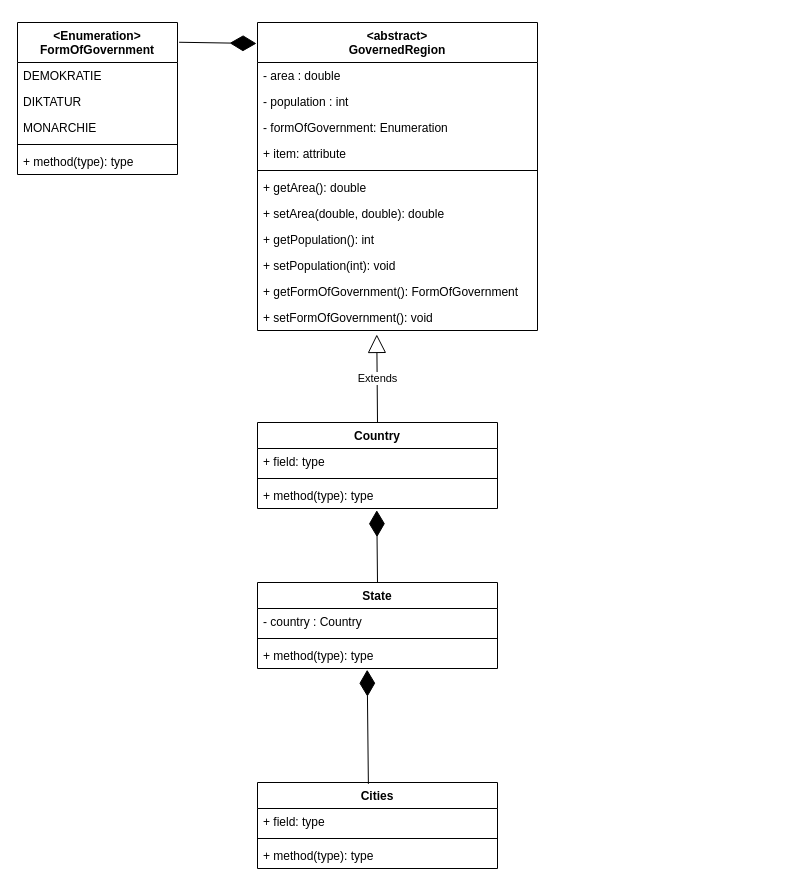
Before: GeographyMiniproject.drawio in Science4tw/GeographyMiniproject, a draw.io diagram. Source tidied: cells renumbered, new cells numbered last; positions are measured from the earlier drawing's top-left corner, leaving out a move shared by most shapes. Both pictures are drawn from the tidied source at 100%, with x=0, y=0 at pixel (17, 22).
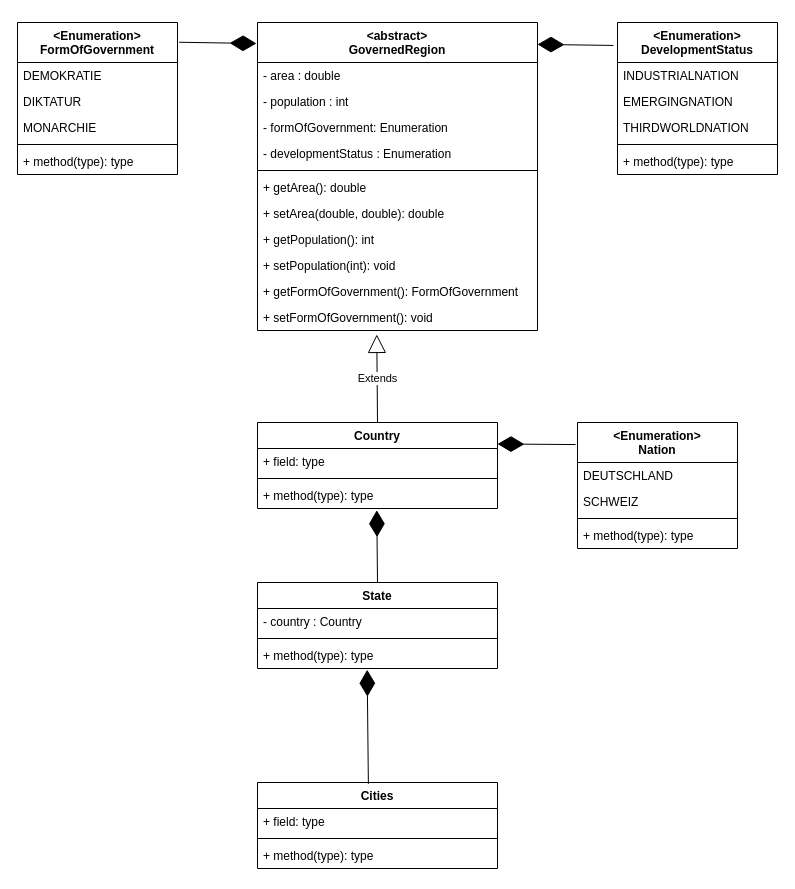
After the change.

Commit message (it also covers changes not shown here):
DevelopmentStatus & Nation as enum

The change refers to these unchanged cells:
```xml
<mxCell id="9" value="&lt;abstract&gt;&#10;GovernedRegion" style="swimlane;fontStyle=1;align=center;verticalAlign=top;horizontal=1;startSize=40;" parent="1" vertex="1">
  <mxGeometry x="240" width="280" height="308" as="geometry" />
</mxCell>
<mxCell id="23" value="Country" style="swimlane;fontStyle=1;align=center;verticalAlign=top;horizontal=1;startSize=26;" parent="1" vertex="1">
  <mxGeometry x="240" y="400" width="240" height="86" as="geometry" />
</mxCell>
```

The edit, as a diff of the source:
```diff
@@
-    <mxCell id="13" value="+ item: attribute" style="text;strokeColor=none;fillColor=none;align=left;verticalAlign=top;spacingLeft=4;spacingRight=4;overflow=hidden;" parent="9" vertex="1">
+    <mxCell id="13" value="- developmentStatus : Enumeration" style="text;strokeColor=none;fillColor=none;align=left;verticalAlign=top;spacingLeft=4;spacingRight=4;overflow=hidden;" parent="9" vertex="1">
       <mxGeometry y="118" width="280" height="26" as="geometry" />
     </mxCell>
@@
+    <mxCell id="36" value="&lt;Enumeration&gt;&#10;DevelopmentStatus&#10;" style="swimlane;fontStyle=1;align=center;verticalAlign=top;horizontal=1;startSize=40;" parent="1" vertex="1">
+      <mxGeometry x="600" width="160" height="152" as="geometry" />
+    </mxCell>
+    <mxCell id="37" value="INDUSTRIALNATION" style="text;strokeColor=none;fillColor=none;align=left;verticalAlign=top;spacingLeft=4;spacingRight=4;overflow=hidden;" parent="36" vertex="1">
+      <mxGeometry y="40" width="160" height="26" as="geometry" />
+    </mxCell>
+    <mxCell id="38" value="EMERGINGNATION" style="text;strokeColor=none;fillColor=none;align=left;verticalAlign=top;spacingLeft=4;spacingRight=4;overflow=hidden;" parent="36" vertex="1">
+      <mxGeometry y="66" width="160" height="26" as="geometry" />
+    </mxCell>
+    <mxCell id="39" value="THIRDWORLDNATION" style="text;strokeColor=none;fillColor=none;align=left;verticalAlign=top;spacingLeft=4;spacingRight=4;overflow=hidden;" parent="36" vertex="1">
+      <mxGeometry y="92" width="160" height="26" as="geometry" />
+    </mxCell>
+    <mxCell id="40" style="line;strokeWidth=1;fillColor=none;align=left;verticalAlign=middle;spacingTop=-1;spacingLeft=3;spacingRight=3;labelPosition=right;" parent="36" vertex="1">
+      <mxGeometry y="118" width="160" height="8" as="geometry" />
+    </mxCell>
+    <mxCell id="41" value="+ method(type): type" style="text;strokeColor=none;fillColor=none;align=left;verticalAlign=top;spacingLeft=4;spacingRight=4;overflow=hidden;" parent="36" vertex="1">
+      <mxGeometry y="126" width="160" height="26" as="geometry" />
+    </mxCell>
+    <mxCell id="42" style="endArrow=diamondThin;endFill=1;endSize=24;html=1;exitX=-0.025;exitY=0.151;exitDx=0;exitDy=0;exitPerimeter=0;entryX=1;entryY=0.071;entryDx=0;entryDy=0;entryPerimeter=0;" parent="1" edge="1" source="36" target="9">
+      <mxGeometry relative="1" as="geometry" />
+    </mxCell>
+    <mxCell id="43" value="&lt;Enumeration&gt;&#10;Nation&#10;" style="swimlane;fontStyle=1;align=center;verticalAlign=top;horizontal=1;startSize=40;" parent="1" vertex="1">
+      <mxGeometry x="560" y="400" width="160" height="126" as="geometry" />
+    </mxCell>
+    <mxCell id="44" value="DEUTSCHLAND" style="text;strokeColor=none;fillColor=none;align=left;verticalAlign=top;spacingLeft=4;spacingRight=4;overflow=hidden;" parent="43" vertex="1">
+      <mxGeometry y="40" width="160" height="26" as="geometry" />
+    </mxCell>
+    <mxCell id="45" value="SCHWEIZ" style="text;strokeColor=none;fillColor=none;align=left;verticalAlign=top;spacingLeft=4;spacingRight=4;overflow=hidden;" parent="43" vertex="1">
+      <mxGeometry y="66" width="160" height="26" as="geometry" />
+    </mxCell>
+    <mxCell id="46" style="line;strokeWidth=1;fillColor=none;align=left;verticalAlign=middle;spacingTop=-1;spacingLeft=3;spacingRight=3;labelPosition=right;" parent="43" vertex="1">
+      <mxGeometry y="92" width="160" height="8" as="geometry" />
+    </mxCell>
+    <mxCell id="47" value="+ method(type): type" style="text;strokeColor=none;fillColor=none;align=left;verticalAlign=top;spacingLeft=4;spacingRight=4;overflow=hidden;" parent="43" vertex="1">
+      <mxGeometry y="100" width="160" height="26" as="geometry" />
+    </mxCell>
+    <mxCell id="48" style="endArrow=diamondThin;endFill=1;endSize=24;html=1;exitX=-0.012;exitY=0.175;exitDx=0;exitDy=0;entryX=1;entryY=0.25;entryDx=0;entryDy=0;exitPerimeter=0;" parent="1" edge="1" source="43" target="23">
+      <mxGeometry relative="1" as="geometry" />
+    </mxCell>
```
